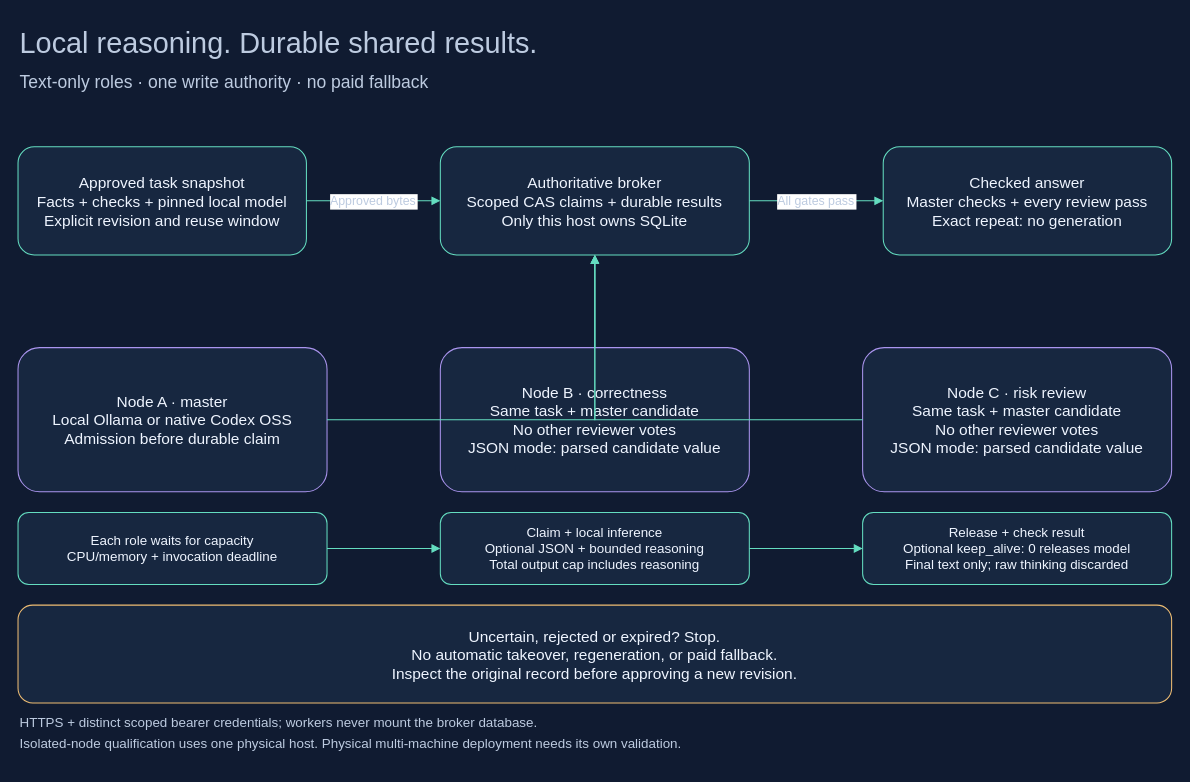
The draw.io diagram docs/diagrams/local-agent-teams.drawio in spfuzzylink/questlock, before the edit. Source tidied: cells renumbered, new cells numbered last; positions are measured from the earlier drawing's top-left corner, leaving out a move shared by most shapes. Both pictures are drawn from the tidied source at 103%, with x=0, y=0 at pixel (18, 18).
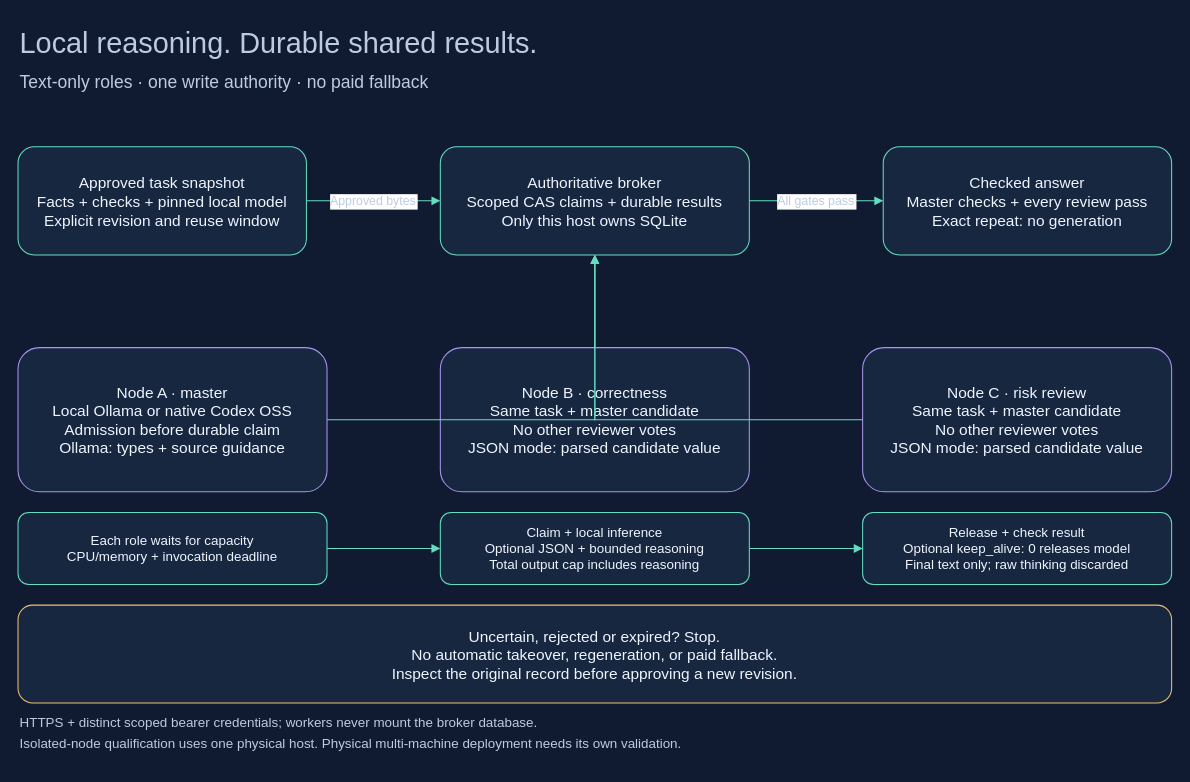
Above is the later version.

Commit message (it also covers changes not shown here):
Provide a completed local reasoning example and saved baseline receipts

The edit, as a diff of the source:
```diff
@@
-    <mxCell id="5" value="Node A · master&#10;Local Ollama or native Codex OSS&#10;Admission before durable claim" style="rounded=1;whiteSpace=wrap;html=0;fillColor=#172740;fontColor=#eff5ff;strokeColor=#ab95ef;fontSize=15;" parent="1" vertex="1">
+    <mxCell id="5" value="Node A · master&#10;Local Ollama or native Codex OSS&#10;Admission before durable claim&#10;Ollama: types + source guidance" style="rounded=1;whiteSpace=wrap;html=0;fillColor=#172740;fontColor=#eff5ff;strokeColor=#ab95ef;fontSize=15;" parent="1" vertex="1">
       <mxGeometry y="320" width="300" height="140" as="geometry" />
     </mxCell>
```
